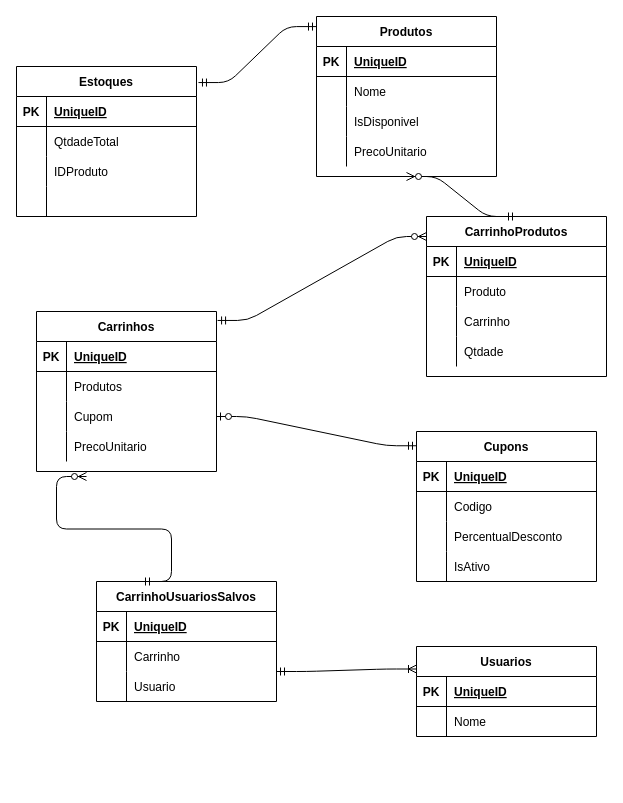
Earlier version of the draw.io diagram Untitled Diagram.drawio (andersonr/Cart). Source tidied: cells renumbered, new cells numbered last; positions are measured from the earlier drawing's top-left corner, leaving out a move shared by most shapes. Both pictures are drawn from the tidied source at 100%, with x=0, y=0 at pixel (16, 16).
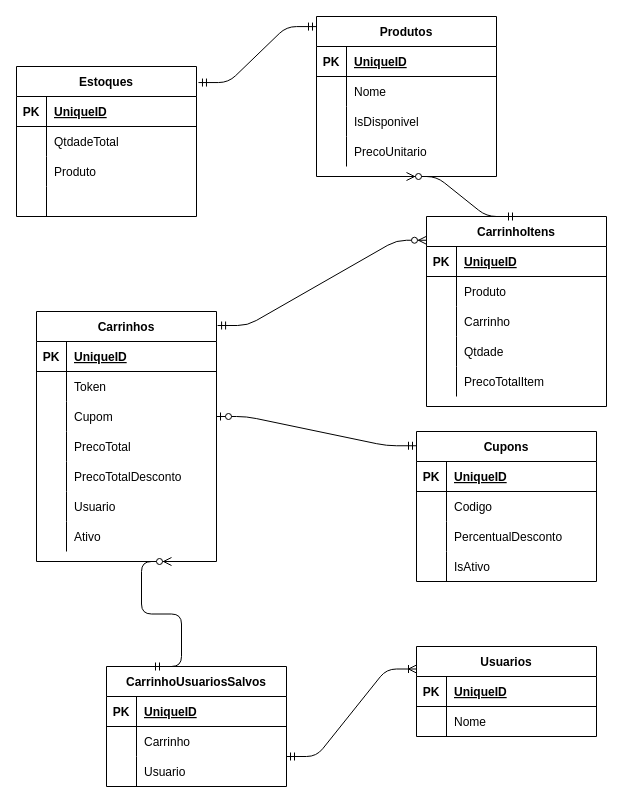
The same diagram, later.

Commit message:
doc: Diagrama de classes atualizado

The change refers to these unchanged cells:
```xml
<mxCell id="22" style="shape=partialRectangle;fillColor=none;top=0;left=0;bottom=0;right=0;" parent="15" vertex="1">
  <mxGeometry y="90" width="180" height="30" as="geometry" />
</mxCell>
<mxCell id="45" style="shape=partialRectangle;fillColor=none;top=0;left=0;bottom=0;right=0;" parent="41" vertex="1">
  <mxGeometry y="60" width="180" height="30" as="geometry" />
</mxCell>
<mxCell id="51" style="shape=partialRectangle;fillColor=none;top=0;left=0;bottom=0;right=0;" parent="41" vertex="1">
  <mxGeometry y="120" width="180" height="30" as="geometry" />
</mxCell>
```

What changed in the source:
```diff
@@
-    <mxCell id="24" value="IDProduto" style="shape=partialRectangle;fillColor=none;top=0;left=0;bottom=0;right=0;align=left;spacingLeft=6;overflow=hidden;" parent="22" vertex="1">
+    <mxCell id="24" value="Produto" style="shape=partialRectangle;fillColor=none;top=0;left=0;bottom=0;right=0;align=left;spacingLeft=6;overflow=hidden;" parent="22" vertex="1">
       <mxGeometry x="30" width="150" height="30" as="geometry" />
     </mxCell>
@@
     <mxCell id="41" value="Carrinhos" style="shape=table;startSize=30;childLayout=tableLayout;rowLines=0;fontStyle=1;align=center;" parent="1" vertex="1">
-      <mxGeometry x="20" y="295" width="180" height="160" as="geometry" />
+      <mxGeometry x="20" y="295" width="180" height="250" as="geometry" />
     </mxCell>
@@
-    <mxCell id="47" value="Produtos" style="shape=partialRectangle;fillColor=none;top=0;left=0;bottom=0;right=0;align=left;spacingLeft=6;overflow=hidden;" parent="45" vertex="1">
+    <mxCell id="47" value="Token" style="shape=partialRectangle;fillColor=none;top=0;left=0;bottom=0;right=0;align=left;spacingLeft=6;overflow=hidden;" parent="45" vertex="1">
       <mxGeometry x="30" width="150" height="30" as="geometry" />
     </mxCell>
@@
-    <mxCell id="53" value="PrecoUnitario" style="shape=partialRectangle;fillColor=none;top=0;left=0;bottom=0;right=0;align=left;spacingLeft=6;overflow=hidden;" parent="51" vertex="1">
+    <mxCell id="53" value="PrecoTotal" style="shape=partialRectangle;fillColor=none;top=0;left=0;bottom=0;right=0;align=left;spacingLeft=6;overflow=hidden;" parent="51" vertex="1">
       <mxGeometry x="30" width="150" height="30" as="geometry" />
     </mxCell>
+    <mxCell id="90" style="shape=partialRectangle;fillColor=none;top=0;left=0;bottom=0;right=0;" parent="41" vertex="1">
+      <mxGeometry y="150" width="180" height="30" as="geometry" />
+    </mxCell>
+    <mxCell id="91" style="shape=partialRectangle;fillColor=none;top=0;left=0;bottom=0;right=0;overflow=hidden;" parent="90" vertex="1">
+      <mxGeometry width="30" height="30" as="geometry" />
+    </mxCell>
+    <mxCell id="92" value="PrecoTotalDesconto" style="shape=partialRectangle;fillColor=none;top=0;left=0;bottom=0;right=0;align=left;spacingLeft=6;overflow=hidden;" parent="90" vertex="1">
+      <mxGeometry x="30" width="150" height="30" as="geometry" />
+    </mxCell>
+    <mxCell id="93" style="shape=partialRectangle;fillColor=none;top=0;left=0;bottom=0;right=0;" parent="41" vertex="1">
+      <mxGeometry y="180" width="180" height="30" as="geometry" />
+    </mxCell>
+    <mxCell id="94" style="shape=partialRectangle;fillColor=none;top=0;left=0;bottom=0;right=0;overflow=hidden;" parent="93" vertex="1">
+      <mxGeometry width="30" height="30" as="geometry" />
+    </mxCell>
+    <mxCell id="95" value="Usuario" style="shape=partialRectangle;fillColor=none;top=0;left=0;bottom=0;right=0;align=left;spacingLeft=6;overflow=hidden;" parent="93" vertex="1">
+      <mxGeometry x="30" width="150" height="30" as="geometry" />
+    </mxCell>
+    <mxCell id="96" style="shape=partialRectangle;fillColor=none;top=0;left=0;bottom=0;right=0;" parent="41" vertex="1">
+      <mxGeometry y="210" width="180" height="30" as="geometry" />
+    </mxCell>
+    <mxCell id="97" style="shape=partialRectangle;fillColor=none;top=0;left=0;bottom=0;right=0;overflow=hidden;" parent="96" vertex="1">
+      <mxGeometry width="30" height="30" as="geometry" />
+    </mxCell>
+    <mxCell id="98" value="Ativo" style="shape=partialRectangle;fillColor=none;top=0;left=0;bottom=0;right=0;align=left;spacingLeft=6;overflow=hidden;" parent="96" vertex="1">
+      <mxGeometry x="30" width="150" height="30" as="geometry" />
+    </mxCell>
@@
-    <mxCell id="56" value="CarrinhoProdutos" style="shape=table;startSize=30;childLayout=tableLayout;rowLines=0;fontStyle=1;align=center;" parent="1" vertex="1">
-      <mxGeometry x="410" y="200" width="180" height="160" as="geometry" />
+    <mxCell id="56" value="CarrinhoItens" style="shape=table;startSize=30;childLayout=tableLayout;rowLines=0;fontStyle=1;align=center;" parent="1" vertex="1">
+      <mxGeometry x="410" y="200" width="180" height="190" as="geometry" />
     </mxCell>
@@
+    <mxCell id="99" style="shape=partialRectangle;fillColor=none;top=0;left=0;bottom=0;right=0;" parent="56" vertex="1">
+      <mxGeometry y="150" width="180" height="30" as="geometry" />
+    </mxCell>
+    <mxCell id="100" style="shape=partialRectangle;fillColor=none;top=0;left=0;bottom=0;right=0;overflow=hidden;" parent="99" vertex="1">
+      <mxGeometry width="30" height="30" as="geometry" />
+    </mxCell>
+    <mxCell id="101" value="PrecoTotalItem" style="shape=partialRectangle;fillColor=none;top=0;left=0;bottom=0;right=0;align=left;spacingLeft=6;overflow=hidden;" parent="99" vertex="1">
+      <mxGeometry x="30" width="150" height="30" as="geometry" />
+    </mxCell>
@@
     <mxCell id="78" value="CarrinhoUsuariosSalvos" style="shape=table;startSize=30;childLayout=tableLayout;rowLines=0;fontStyle=1;align=center;" parent="1" vertex="1">
-      <mxGeometry x="80" y="565" width="180" height="120" as="geometry" />
+      <mxGeometry x="90" y="650" width="180" height="120" as="geometry" />
     </mxCell>
@@
-    <mxCell id="88" style="edgeStyle=entityRelationEdgeStyle;fontSize=12;html=1;endArrow=ERzeroToMany;startArrow=ERmandOne;exitX=0.25;exitY=0;exitDx=0;exitDy=0;" parent="1" edge="1" source="78">
-      <mxGeometry relative="1" as="geometry">
-        <mxPoint x="70" y="460" as="targetPoint" />
-      </mxGeometry>
+    <mxCell id="88" style="edgeStyle=entityRelationEdgeStyle;fontSize=12;html=1;endArrow=ERzeroToMany;startArrow=ERmandOne;exitX=0.25;exitY=0;exitDx=0;exitDy=0;entryX=0.75;entryY=1;entryDx=0;entryDy=0;" parent="1" edge="1" source="78" target="41">
+      <mxGeometry relative="1" as="geometry" />
     </mxCell>
```
